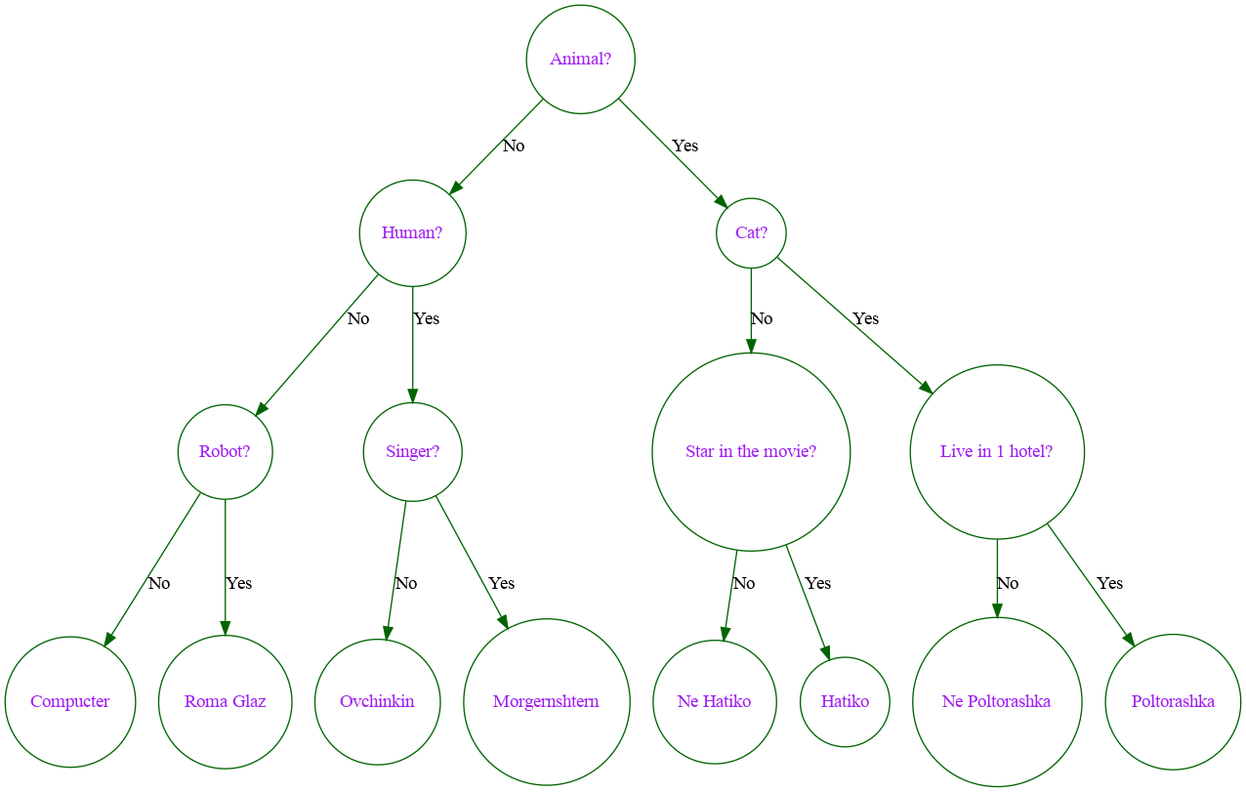
This is GraphViz/base_dump.png from Stan1slavssKy/Akinator, a Graphviz export, as it was before one commit. Its source is kept beside it as GraphViz/base_dump.dot.
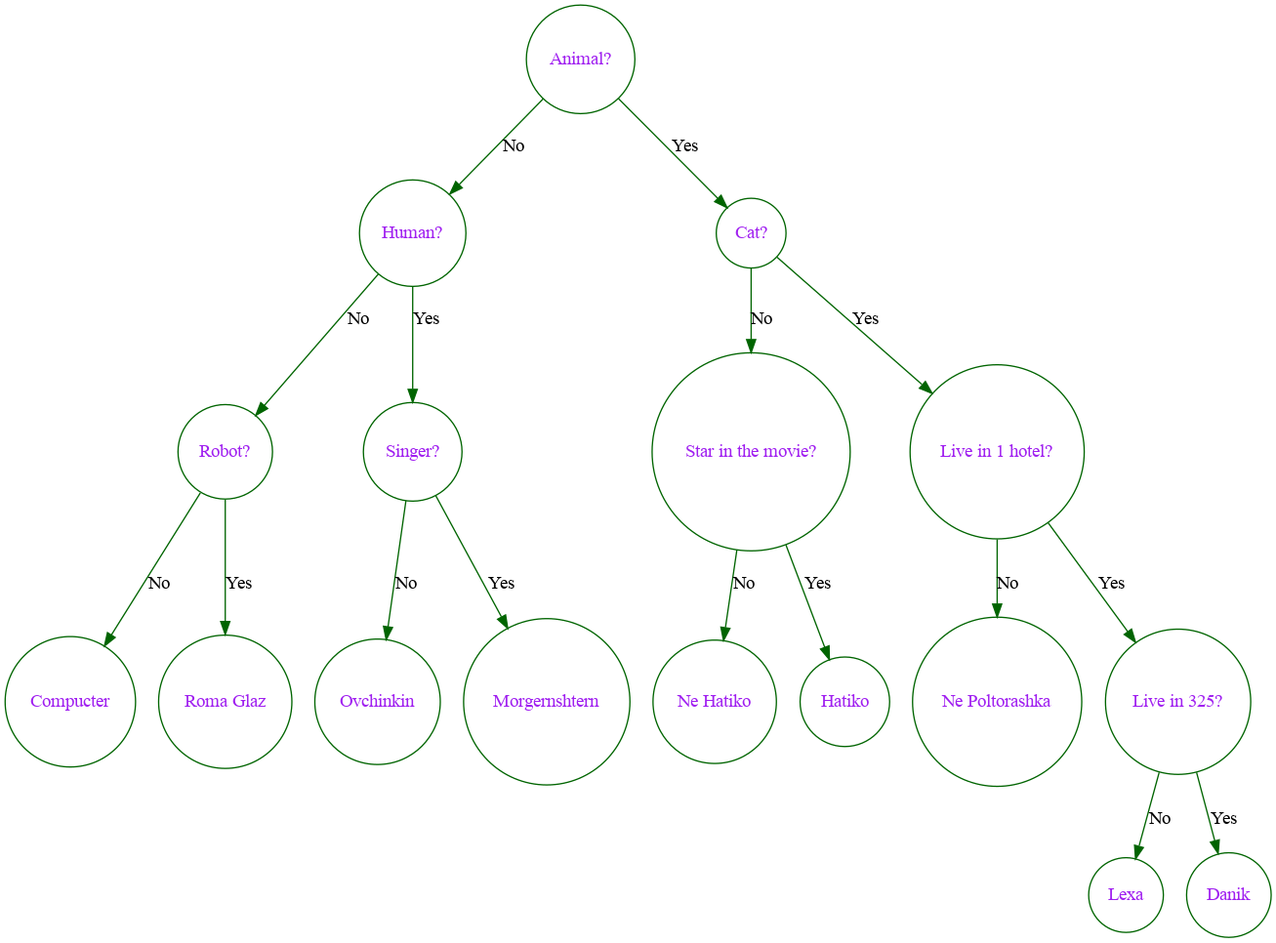
The same diagram one commit later.

Change to the diagram source:
```diff
@@ -8,7 +8,9 @@
 		"Cat?" -> "Star in the movie?"[label = "No"];
 		"Cat?" -> "Live in 1 hotel?"[label = "Yes"];
 		"Live in 1 hotel?" -> "Ne Poltorashka"[label = "No"];
-		"Live in 1 hotel?" -> "Poltorashka"[label = "Yes"];
+		"Live in 1 hotel?" -> "Live in 325?"[label = "Yes"];
+		"Live in 325?" -> "Lexa"[label = "No"];
+		"Live in 325?" -> "Danik"[label = "Yes"];
 		"Star in the movie?" -> "Ne Hatiko"[label = "No"];
 		"Star in the movie?" -> "Hatiko"[label = "Yes"];
 		"Human?" -> "Robot?"[label = "No"];
```
